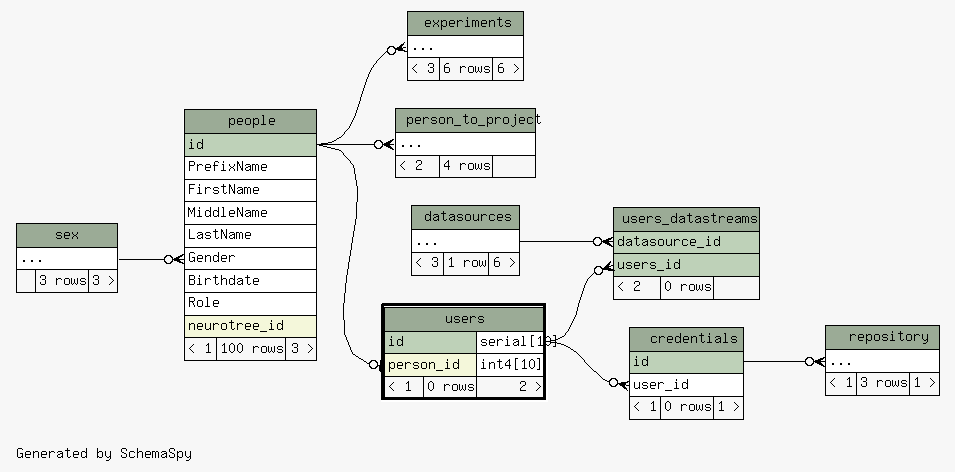
Earlier version of the Graphviz export database/ss/diagrams/users.2degrees.png (tgbugs/mlab). Its source is kept beside it as database/ss/diagrams/users.2degrees.dot.
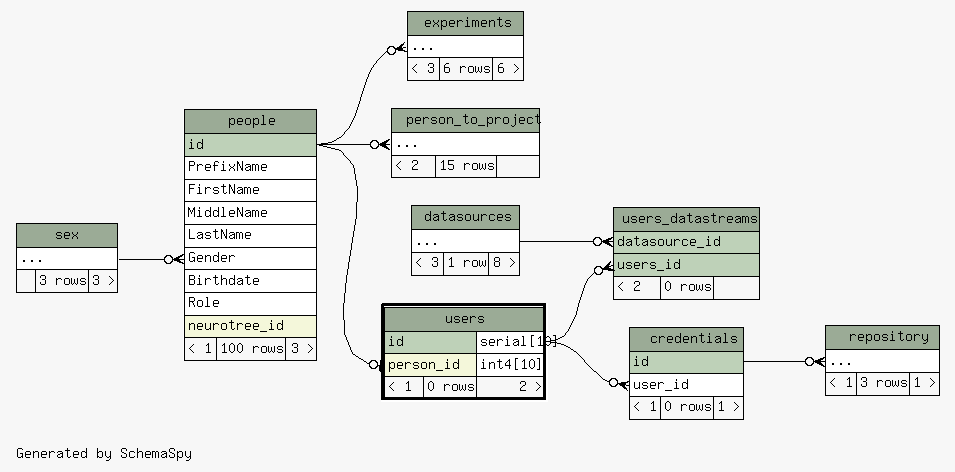
The same diagram one commit later.

What changed in the source:
```diff
@@ -41,7 +41,7 @@
     <TABLE BORDER="0" CELLBORDER="1" CELLSPACING="0" BGCOLOR="#ffffff">
       <TR><TD COLSPAN="3" BGCOLOR="#9bab96" ALIGN="CENTER">datasources</TD></TR>
       <TR><TD PORT="elipses" COLSPAN="3" ALIGN="LEFT">...</TD></TR>
-      <TR><TD ALIGN="LEFT" BGCOLOR="#f7f7f7">&lt; 3</TD><TD ALIGN="RIGHT" BGCOLOR="#f7f7f7">1 row</TD><TD ALIGN="RIGHT" BGCOLOR="#f7f7f7">6 &gt;</TD></TR>
+      <TR><TD ALIGN="LEFT" BGCOLOR="#f7f7f7">&lt; 3</TD><TD ALIGN="RIGHT" BGCOLOR="#f7f7f7">1 row</TD><TD ALIGN="RIGHT" BGCOLOR="#f7f7f7">8 &gt;</TD></TR>
     </TABLE>>
     URL="datasources.html"
     tooltip="datasources"
@@ -79,7 +79,7 @@
     <TABLE BORDER="0" CELLBORDER="1" CELLSPACING="0" BGCOLOR="#ffffff">
       <TR><TD COLSPAN="3" BGCOLOR="#9bab96" ALIGN="CENTER">person_to_project</TD></TR>
       <TR><TD PORT="elipses" COLSPAN="3" ALIGN="LEFT">...</TD></TR>
-      <TR><TD ALIGN="LEFT" BGCOLOR="#f7f7f7">&lt; 2</TD><TD ALIGN="RIGHT" BGCOLOR="#f7f7f7">4 rows</TD><TD ALIGN="RIGHT" BGCOLOR="#f7f7f7">  </TD></TR>
+      <TR><TD ALIGN="LEFT" BGCOLOR="#f7f7f7">&lt; 2</TD><TD ALIGN="RIGHT" BGCOLOR="#f7f7f7">15 rows</TD><TD ALIGN="RIGHT" BGCOLOR="#f7f7f7">  </TD></TR>
     </TABLE>>
     URL="person_to_project.html"
     tooltip="person_to_project"
```
